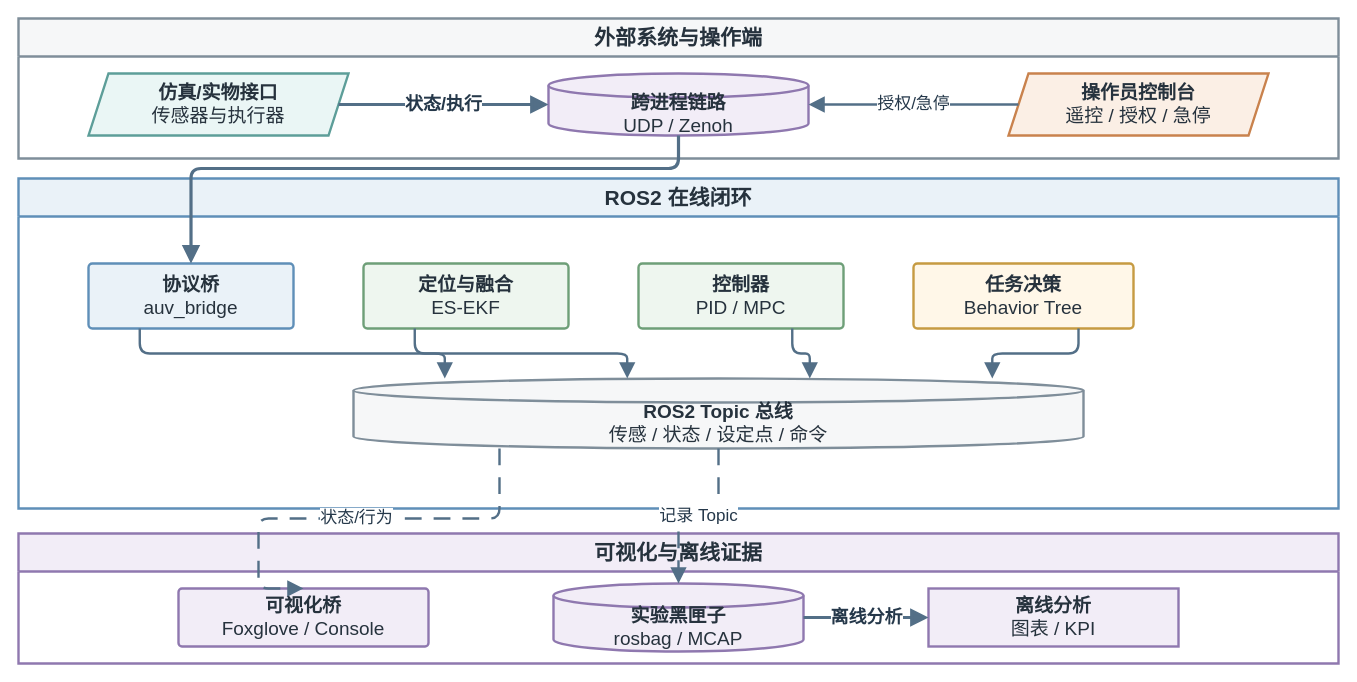
The draw.io diagram thesis/figures/architecture/auv_ros2_node_topology.drawio in 360ZMEM/AUV-Master-Mag, before the edit. Source tidied: cells renumbered, new cells numbered last; positions are measured from the earlier drawing's top-left corner, leaving out a move shared by most shapes. Both pictures are drawn from the tidied source at 100%, with x=0, y=0 at pixel (18, 18).
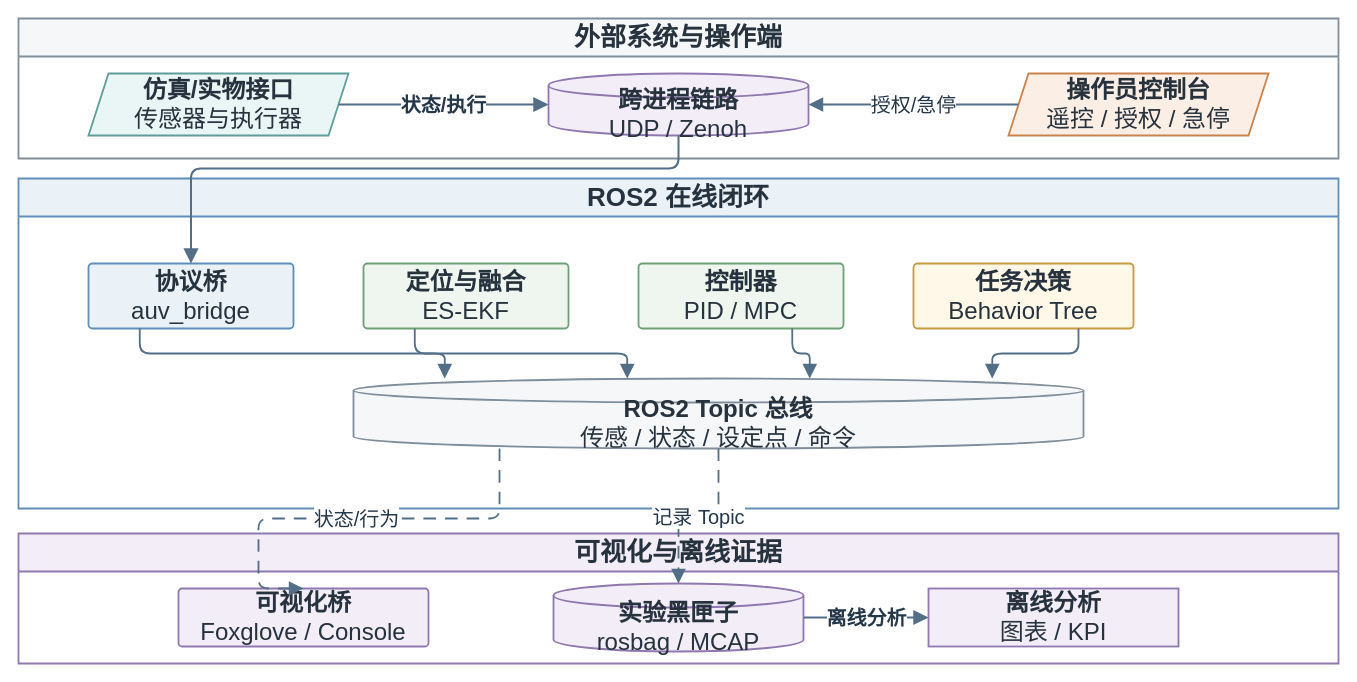
Above is the later version.

The edit, as a diff of the source:
```diff
@@
-    <mxCell id="2" value="外部系统与操作端" style="swimlane;whiteSpace=wrap;html=1;startSize=38;rounded=0;fillColor=#F6F7F8;strokeColor=#7F8E9A;strokeWidth=2.4;fontFamily=Songti SC;fontSize=21;fontStyle=1;fontColor=#26323D;" parent="1" vertex="1">
+    <mxCell id="2" value="外部系统与操作端" style="swimlane;whiteSpace=wrap;html=1;startSize=38;rounded=0;fillColor=#F6F7F8;strokeColor=#7F8E9A;strokeWidth=1.8;fontFamily=Songti SC;fontSize=26;fontStyle=1;fontColor=#26323D;" parent="1" vertex="1">
       <mxGeometry width="1320" height="140" as="geometry" />
     </mxCell>
-    <mxCell id="3" value="ROS2 在线闭环" style="swimlane;whiteSpace=wrap;html=1;startSize=38;rounded=0;fillColor=#EAF2F8;strokeColor=#5F8FB8;strokeWidth=2.4;fontFamily=Songti SC;fontSize=21;fontStyle=1;fontColor=#26323D;" parent="1" vertex="1">
+    <mxCell id="3" value="ROS2 在线闭环" style="swimlane;whiteSpace=wrap;html=1;startSize=38;rounded=0;fillColor=#EAF2F8;strokeColor=#5F8FB8;strokeWidth=1.8;fontFamily=Songti SC;fontSize=26;fontStyle=1;fontColor=#26323D;" parent="1" vertex="1">
       <mxGeometry y="160" width="1320" height="330" as="geometry" />
     </mxCell>
-    <mxCell id="4" value="可视化与离线证据" style="swimlane;whiteSpace=wrap;html=1;startSize=38;rounded=0;fillColor=#F2EDF7;strokeColor=#8F78AF;strokeWidth=2.4;fontFamily=Songti SC;fontSize=21;fontStyle=1;fontColor=#26323D;" parent="1" vertex="1">
+    <mxCell id="4" value="可视化与离线证据" style="swimlane;whiteSpace=wrap;html=1;startSize=38;rounded=0;fillColor=#F2EDF7;strokeColor=#8F78AF;strokeWidth=1.8;fontFamily=Songti SC;fontSize=26;fontStyle=1;fontColor=#26323D;" parent="1" vertex="1">
       <mxGeometry y="515" width="1320" height="130" as="geometry" />
     </mxCell>
-    <mxCell id="5" value="&lt;b&gt;仿真/实物接口&lt;/b&gt;&lt;br&gt;传感器与执行器" style="shape=parallelogram;perimeter=parallelogramPerimeter;fixedSize=1;whiteSpace=wrap;html=1;align=center;verticalAlign=middle;fillColor=#EAF6F5;strokeColor=#5D9E99;strokeWidth=2.4;spacing=8;fontFamily=Songti SC;fontSize=19;fontColor=#26323D;" parent="2" vertex="1">
+    <mxCell id="5" value="&lt;b&gt;仿真/实物接口&lt;/b&gt;&lt;br&gt;传感器与执行器" style="shape=parallelogram;perimeter=parallelogramPerimeter;fixedSize=1;whiteSpace=wrap;html=1;align=center;verticalAlign=middle;fillColor=#EAF6F5;strokeColor=#5D9E99;strokeWidth=1.8;spacing=8;fontFamily=Songti SC;fontSize=24;fontColor=#26323D;" parent="2" vertex="1">
       <mxGeometry x="70" y="55" width="260" height="62" as="geometry" />
     </mxCell>
-    <mxCell id="6" value="&lt;b&gt;跨进程链路&lt;/b&gt;&lt;br&gt;UDP / Zenoh" style="shape=cylinder3;boundedLbl=1;backgroundOutline=1;size=12;whiteSpace=wrap;html=1;align=center;verticalAlign=middle;fillColor=#F2EDF7;strokeColor=#8F78AF;strokeWidth=2.4;spacing=8;fontFamily=Songti SC;fontSize=19;fontColor=#26323D;" parent="2" vertex="1">
+    <mxCell id="6" value="&lt;b&gt;跨进程链路&lt;/b&gt;&lt;br&gt;UDP / Zenoh" style="shape=cylinder3;boundedLbl=1;backgroundOutline=1;size=12;whiteSpace=wrap;html=1;align=center;verticalAlign=middle;fillColor=#F2EDF7;strokeColor=#8F78AF;strokeWidth=1.8;spacing=8;fontFamily=Songti SC;fontSize=24;fontColor=#26323D;" parent="2" vertex="1">
       <mxGeometry x="530" y="55" width="260" height="62" as="geometry" />
     </mxCell>
-    <mxCell id="7" value="&lt;b&gt;操作员控制台&lt;/b&gt;&lt;br&gt;遥控 / 授权 / 急停" style="shape=parallelogram;perimeter=parallelogramPerimeter;fixedSize=1;whiteSpace=wrap;html=1;align=center;verticalAlign=middle;fillColor=#FBEFE5;strokeColor=#C9824D;strokeWidth=2.4;spacing=8;fontFamily=Songti SC;fontSize=19;fontColor=#26323D;" parent="2" vertex="1">
+    <mxCell id="7" value="&lt;b&gt;操作员控制台&lt;/b&gt;&lt;br&gt;遥控 / 授权 / 急停" style="shape=parallelogram;perimeter=parallelogramPerimeter;fixedSize=1;whiteSpace=wrap;html=1;align=center;verticalAlign=middle;fillColor=#FBEFE5;strokeColor=#C9824D;strokeWidth=1.8;spacing=8;fontFamily=Songti SC;fontSize=24;fontColor=#26323D;" parent="2" vertex="1">
       <mxGeometry x="990" y="55" width="260" height="62" as="geometry" />
     </mxCell>
-    <mxCell id="8" value="&lt;b&gt;协议桥&lt;/b&gt;&lt;br&gt;auv_bridge" style="rounded=1;arcSize=6;whiteSpace=wrap;html=1;align=center;verticalAlign=middle;fillColor=#EAF2F8;strokeColor=#5F8FB8;strokeWidth=2.4;spacing=8;fontFamily=Songti SC;fontSize=19;fontColor=#26323D;" parent="3" vertex="1">
+    <mxCell id="8" value="&lt;b&gt;协议桥&lt;/b&gt;&lt;br&gt;auv_bridge" style="rounded=1;arcSize=6;whiteSpace=wrap;html=1;align=center;verticalAlign=middle;fillColor=#EAF2F8;strokeColor=#5F8FB8;strokeWidth=1.8;spacing=8;fontFamily=Songti SC;fontSize=24;fontColor=#26323D;" parent="3" vertex="1">
       <mxGeometry x="70" y="85" width="205" height="65" as="geometry" />
     </mxCell>
-    <mxCell id="9" value="&lt;b&gt;定位与融合&lt;/b&gt;&lt;br&gt;ES-EKF" style="rounded=1;arcSize=6;whiteSpace=wrap;html=1;align=center;verticalAlign=middle;fillColor=#EEF6EF;strokeColor=#6E9F78;strokeWidth=2.4;spacing=8;fontFamily=Songti SC;fontSize=19;fontColor=#26323D;" parent="3" vertex="1">
+    <mxCell id="9" value="&lt;b&gt;定位与融合&lt;/b&gt;&lt;br&gt;ES-EKF" style="rounded=1;arcSize=6;whiteSpace=wrap;html=1;align=center;verticalAlign=middle;fillColor=#EEF6EF;strokeColor=#6E9F78;strokeWidth=1.8;spacing=8;fontFamily=Songti SC;fontSize=24;fontColor=#26323D;" parent="3" vertex="1">
       <mxGeometry x="345" y="85" width="205" height="65" as="geometry" />
     </mxCell>
-    <mxCell id="10" value="&lt;b&gt;控制器&lt;/b&gt;&lt;br&gt;PID / MPC" style="rounded=1;arcSize=6;whiteSpace=wrap;html=1;align=center;verticalAlign=middle;fillColor=#EEF6EF;strokeColor=#6E9F78;strokeWidth=2.4;spacing=8;fontFamily=Songti SC;fontSize=19;fontColor=#26323D;" parent="3" vertex="1">
+    <mxCell id="10" value="&lt;b&gt;控制器&lt;/b&gt;&lt;br&gt;PID / MPC" style="rounded=1;arcSize=6;whiteSpace=wrap;html=1;align=center;verticalAlign=middle;fillColor=#EEF6EF;strokeColor=#6E9F78;strokeWidth=1.8;spacing=8;fontFamily=Songti SC;fontSize=24;fontColor=#26323D;" parent="3" vertex="1">
       <mxGeometry x="620" y="85" width="205" height="65" as="geometry" />
     </mxCell>
-    <mxCell id="11" value="&lt;b&gt;任务决策&lt;/b&gt;&lt;br&gt;Behavior Tree" style="rounded=1;arcSize=6;whiteSpace=wrap;html=1;align=center;verticalAlign=middle;fillColor=#FFF7E8;strokeColor=#C69B42;strokeWidth=2.4;spacing=8;fontFamily=Songti SC;fontSize=19;fontColor=#26323D;" parent="3" vertex="1">
+    <mxCell id="11" value="&lt;b&gt;任务决策&lt;/b&gt;&lt;br&gt;Behavior Tree" style="rounded=1;arcSize=6;whiteSpace=wrap;html=1;align=center;verticalAlign=middle;fillColor=#FFF7E8;strokeColor=#C69B42;strokeWidth=1.8;spacing=8;fontFamily=Songti SC;fontSize=24;fontColor=#26323D;" parent="3" vertex="1">
       <mxGeometry x="895" y="85" width="220" height="65" as="geometry" />
     </mxCell>
-    <mxCell id="12" value="&lt;b&gt;ROS2 Topic 总线&lt;/b&gt;&lt;br&gt;传感 / 状态 / 设定点 / 命令" style="shape=cylinder3;boundedLbl=1;backgroundOutline=1;size=12;whiteSpace=wrap;html=1;align=center;verticalAlign=middle;fillColor=#F6F7F8;strokeColor=#7F8E9A;strokeWidth=2.4;spacing=8;fontFamily=Songti SC;fontSize=19;fontColor=#26323D;" parent="3" vertex="1">
+    <mxCell id="12" value="&lt;b&gt;ROS2 Topic 总线&lt;/b&gt;&lt;br&gt;传感 / 状态 / 设定点 / 命令" style="shape=cylinder3;boundedLbl=1;backgroundOutline=1;size=12;whiteSpace=wrap;html=1;align=center;verticalAlign=middle;fillColor=#F6F7F8;strokeColor=#7F8E9A;strokeWidth=1.8;spacing=8;fontFamily=Songti SC;fontSize=24;fontColor=#26323D;" parent="3" vertex="1">
       <mxGeometry x="335" y="200" width="730" height="70" as="geometry" />
     </mxCell>
-    <mxCell id="13" value="&lt;b&gt;可视化桥&lt;/b&gt;&lt;br&gt;Foxglove / Console" style="rounded=1;arcSize=6;whiteSpace=wrap;html=1;align=center;verticalAlign=middle;fillColor=#F2EDF7;strokeColor=#8F78AF;strokeWidth=2.4;spacing=8;fontFamily=Songti SC;fontSize=19;fontColor=#26323D;" parent="4" vertex="1">
+    <mxCell id="13" value="&lt;b&gt;可视化桥&lt;/b&gt;&lt;br&gt;Foxglove / Console" style="rounded=1;arcSize=6;whiteSpace=wrap;html=1;align=center;verticalAlign=middle;fillColor=#F2EDF7;strokeColor=#8F78AF;strokeWidth=1.8;spacing=8;fontFamily=Songti SC;fontSize=24;fontColor=#26323D;" parent="4" vertex="1">
       <mxGeometry x="160" y="55" width="250" height="58" as="geometry" />
     </mxCell>
-    <mxCell id="14" value="&lt;b&gt;实验黑匣子&lt;/b&gt;&lt;br&gt;rosbag / MCAP" style="shape=cylinder3;boundedLbl=1;backgroundOutline=1;size=12;whiteSpace=wrap;html=1;align=center;verticalAlign=middle;fillColor=#F2EDF7;strokeColor=#8F78AF;strokeWidth=2.4;spacing=8;fontFamily=Songti SC;fontSize=19;fontColor=#26323D;" parent="4" vertex="1">
+    <mxCell id="14" value="&lt;b&gt;实验黑匣子&lt;/b&gt;&lt;br&gt;rosbag / MCAP" style="shape=cylinder3;boundedLbl=1;backgroundOutline=1;size=12;whiteSpace=wrap;html=1;align=center;verticalAlign=middle;fillColor=#F2EDF7;strokeColor=#8F78AF;strokeWidth=1.8;spacing=8;fontFamily=Songti SC;fontSize=24;fontColor=#26323D;" parent="4" vertex="1">
       <mxGeometry x="535" y="50" width="250" height="68" as="geometry" />
     </mxCell>
-    <mxCell id="15" value="&lt;b&gt;离线分析&lt;/b&gt;&lt;br&gt;图表 / KPI" style="rounded=0;whiteSpace=wrap;html=1;align=center;verticalAlign=middle;fillColor=#F2EDF7;strokeColor=#8F78AF;strokeWidth=2.4;spacing=8;fontFamily=Songti SC;fontSize=19;fontColor=#26323D;" parent="4" vertex="1">
+    <mxCell id="15" value="&lt;b&gt;离线分析&lt;/b&gt;&lt;br&gt;图表 / KPI" style="rounded=0;whiteSpace=wrap;html=1;align=center;verticalAlign=middle;fillColor=#F2EDF7;strokeColor=#8F78AF;strokeWidth=1.8;spacing=8;fontFamily=Songti SC;fontSize=24;fontColor=#26323D;" parent="4" vertex="1">
       <mxGeometry x="910" y="55" width="250" height="58" as="geometry" />
     </mxCell>
-    <mxCell id="16" value="状态/执行" style="edgeStyle=orthogonalEdgeStyle;rounded=1;jettySize=auto;html=1;strokeColor=#536F87;strokeWidth=3.2;fontFamily=Songti SC;fontSize=18;fontStyle=1;fontColor=#25384A;labelBackgroundColor=#FFFFFF;labelBorderColor=none;endArrow=block;endFill=1;endSize=10;exitX=1;entryX=0;" parent="1" edge="1" source="5" target="6">
+    <mxCell id="16" value="状态/执行" style="edgeStyle=orthogonalEdgeStyle;rounded=1;jettySize=auto;html=1;strokeColor=#536F87;strokeWidth=2.0;fontFamily=Songti SC;fontSize=20;fontStyle=1;fontColor=#25384A;labelBackgroundColor=#FFFFFF;labelBorderColor=none;endArrow=block;endFill=1;endSize=10;exitX=1;entryX=0;" parent="1" edge="1" source="5" target="6">
       <mxGeometry relative="1" as="geometry" />
     </mxCell>
-    <mxCell id="17" value="授权/急停" style="edgeStyle=orthogonalEdgeStyle;rounded=1;jettySize=auto;html=1;strokeColor=#536F87;strokeWidth=2.4;fontFamily=Songti SC;fontSize=17;fontColor=#25384A;labelBackgroundColor=#FFFFFF;labelBorderColor=none;endArrow=block;endFill=1;endSize=10;exitX=1;entryX=0;" parent="1" edge="1" source="7" target="6">
+    <mxCell id="17" value="授权/急停" style="edgeStyle=orthogonalEdgeStyle;rounded=1;jettySize=auto;html=1;strokeColor=#536F87;strokeWidth=1.8;fontFamily=Songti SC;fontSize=20;fontColor=#25384A;labelBackgroundColor=#FFFFFF;labelBorderColor=none;endArrow=block;endFill=1;endSize=10;exitX=1;entryX=0;" parent="1" edge="1" source="7" target="6">
       <mxGeometry relative="1" as="geometry" />
     </mxCell>
-    <mxCell id="18" style="edgeStyle=orthogonalEdgeStyle;rounded=1;jettySize=auto;html=1;strokeColor=#536F87;strokeWidth=3.2;fontFamily=Songti SC;fontSize=18;fontStyle=1;fontColor=#25384A;labelBackgroundColor=#FFFFFF;labelBorderColor=none;endArrow=block;endFill=1;endSize=10;exitX=0.5;exitY=1;entryX=0.5;entryY=0;" parent="1" edge="1" source="6" target="8">
+    <mxCell id="18" style="edgeStyle=orthogonalEdgeStyle;rounded=1;jettySize=auto;html=1;strokeColor=#536F87;strokeWidth=2.0;fontFamily=Songti SC;fontSize=20;fontStyle=1;fontColor=#25384A;labelBackgroundColor=#FFFFFF;labelBorderColor=none;endArrow=block;endFill=1;endSize=10;exitX=0.5;exitY=1;entryX=0.5;entryY=0;" parent="1" edge="1" source="6" target="8">
       <mxGeometry relative="1" as="geometry">
         <Array as="points">
           <mxPoint x="630" y="150" />
           <mxPoint x="140" y="150" />
         </Array>
       </mxGeometry>
     </mxCell>
-    <mxCell id="19" style="edgeStyle=orthogonalEdgeStyle;rounded=1;jettySize=auto;html=1;strokeColor=#536F87;strokeWidth=2.4;fontFamily=Songti SC;fontSize=17;fontColor=#25384A;labelBackgroundColor=#FFFFFF;labelBorderColor=none;endArrow=block;endFill=1;endSize=10;exitX=0.25;exitY=1;entryX=0.125;entryY=0;" parent="1" edge="1" source="8" target="12">
+    <mxCell id="19" style="edgeStyle=orthogonalEdgeStyle;rounded=1;jettySize=auto;html=1;strokeColor=#536F87;strokeWidth=1.8;fontFamily=Songti SC;fontSize=20;fontColor=#25384A;labelBackgroundColor=#FFFFFF;labelBorderColor=none;endArrow=block;endFill=1;endSize=10;exitX=0.25;exitY=1;entryX=0.125;entryY=0;" parent="1" edge="1" source="8" target="12">
       <mxGeometry relative="1" as="geometry" />
     </mxCell>
-    <mxCell id="20" style="edgeStyle=orthogonalEdgeStyle;rounded=1;jettySize=auto;html=1;strokeColor=#536F87;strokeWidth=2.4;fontFamily=Songti SC;fontSize=17;fontColor=#25384A;labelBackgroundColor=#FFFFFF;labelBorderColor=none;endArrow=block;endFill=1;endSize=10;exitX=0.25;exitY=1;entryX=0.375;entryY=0;" parent="1" edge="1" source="9" target="12">
+    <mxCell id="20" style="edgeStyle=orthogonalEdgeStyle;rounded=1;jettySize=auto;html=1;strokeColor=#536F87;strokeWidth=1.8;fontFamily=Songti SC;fontSize=20;fontColor=#25384A;labelBackgroundColor=#FFFFFF;labelBorderColor=none;endArrow=block;endFill=1;endSize=10;exitX=0.25;exitY=1;entryX=0.375;entryY=0;" parent="1" edge="1" source="9" target="12">
       <mxGeometry relative="1" as="geometry" />
     </mxCell>
-    <mxCell id="21" style="edgeStyle=orthogonalEdgeStyle;rounded=1;jettySize=auto;html=1;strokeColor=#536F87;strokeWidth=2.4;fontFamily=Songti SC;fontSize=17;fontColor=#25384A;labelBackgroundColor=#FFFFFF;labelBorderColor=none;endArrow=block;endFill=1;endSize=10;exitX=0.75;exitY=1;entryX=0.625;entryY=0;" parent="1" edge="1" source="10" target="12">
+    <mxCell id="21" style="edgeStyle=orthogonalEdgeStyle;rounded=1;jettySize=auto;html=1;strokeColor=#536F87;strokeWidth=1.8;fontFamily=Songti SC;fontSize=20;fontColor=#25384A;labelBackgroundColor=#FFFFFF;labelBorderColor=none;endArrow=block;endFill=1;endSize=10;exitX=0.75;exitY=1;entryX=0.625;entryY=0;" parent="1" edge="1" source="10" target="12">
       <mxGeometry relative="1" as="geometry" />
     </mxCell>
-    <mxCell id="22" style="edgeStyle=orthogonalEdgeStyle;rounded=1;jettySize=auto;html=1;strokeColor=#536F87;strokeWidth=2.4;fontFamily=Songti SC;fontSize=17;fontColor=#25384A;labelBackgroundColor=#FFFFFF;labelBorderColor=none;endArrow=block;endFill=1;endSize=10;exitX=0.75;exitY=1;entryX=0.875;entryY=0;" parent="1" edge="1" source="11" target="12">
+    <mxCell id="22" style="edgeStyle=orthogonalEdgeStyle;rounded=1;jettySize=auto;html=1;strokeColor=#536F87;strokeWidth=1.8;fontFamily=Songti SC;fontSize=20;fontColor=#25384A;labelBackgroundColor=#FFFFFF;labelBorderColor=none;endArrow=block;endFill=1;endSize=10;exitX=0.75;exitY=1;entryX=0.875;entryY=0;" parent="1" edge="1" source="11" target="12">
       <mxGeometry relative="1" as="geometry" />
     </mxCell>
-    <mxCell id="23" value="状态/行为" style="edgeStyle=orthogonalEdgeStyle;rounded=1;jettySize=auto;html=1;strokeColor=#536F87;strokeWidth=2.4;fontFamily=Songti SC;fontSize=17;fontColor=#25384A;labelBackgroundColor=#FFFFFF;labelBorderColor=none;endArrow=block;endFill=1;endSize=10;dashed=1;dashPattern=7 5;exitX=0.2;exitY=1;entryX=0.5;entryY=0;" parent="1" edge="1" source="12" target="13">
+    <mxCell id="23" value="状态/行为" style="edgeStyle=orthogonalEdgeStyle;rounded=1;jettySize=auto;html=1;strokeColor=#536F87;strokeWidth=1.8;fontFamily=Songti SC;fontSize=20;fontColor=#25384A;labelBackgroundColor=#FFFFFF;labelBorderColor=none;endArrow=block;endFill=1;endSize=10;dashed=1;dashPattern=7 5;exitX=0.2;exitY=1;entryX=0.5;entryY=0;" parent="1" edge="1" source="12" target="13">
       <mxGeometry relative="1" as="geometry">
         <Array as="points">
           <mxPoint x="240" y="500" />
         </Array>
       </mxGeometry>
     </mxCell>
-    <mxCell id="24" value="记录 Topic" style="edgeStyle=orthogonalEdgeStyle;rounded=1;jettySize=auto;html=1;strokeColor=#536F87;strokeWidth=2.4;fontFamily=Songti SC;fontSize=17;fontColor=#25384A;labelBackgroundColor=#FFFFFF;labelBorderColor=none;endArrow=block;endFill=1;endSize=10;dashed=1;dashPattern=7 5;exitX=0.5;exitY=1;entryX=0.5;entryY=0;" parent="1" edge="1" source="12" target="14">
+    <mxCell id="24" value="记录 Topic" style="edgeStyle=orthogonalEdgeStyle;rounded=1;jettySize=auto;html=1;strokeColor=#536F87;strokeWidth=1.8;fontFamily=Songti SC;fontSize=20;fontColor=#25384A;labelBackgroundColor=#FFFFFF;labelBorderColor=none;endArrow=block;endFill=1;endSize=10;dashed=1;dashPattern=7 5;exitX=0.5;exitY=1;entryX=0.5;entryY=0;" parent="1" edge="1" source="12" target="14">
       <mxGeometry relative="1" as="geometry" />
     </mxCell>
-    <mxCell id="25" value="离线分析" style="edgeStyle=orthogonalEdgeStyle;rounded=1;jettySize=auto;html=1;strokeColor=#536F87;strokeWidth=3.2;fontFamily=Songti SC;fontSize=18;fontStyle=1;fontColor=#25384A;labelBackgroundColor=#FFFFFF;labelBorderColor=none;endArrow=block;endFill=1;endSize=10;exitX=1;entryX=0;" parent="1" edge="1" source="14" target="15">
+    <mxCell id="25" value="离线分析" style="edgeStyle=orthogonalEdgeStyle;rounded=1;jettySize=auto;html=1;strokeColor=#536F87;strokeWidth=2.0;fontFamily=Songti SC;fontSize=20;fontStyle=1;fontColor=#25384A;labelBackgroundColor=#FFFFFF;labelBorderColor=none;endArrow=block;endFill=1;endSize=10;exitX=1;entryX=0;" parent="1" edge="1" source="14" target="15">
       <mxGeometry relative="1" as="geometry" />
     </mxCell>
```
